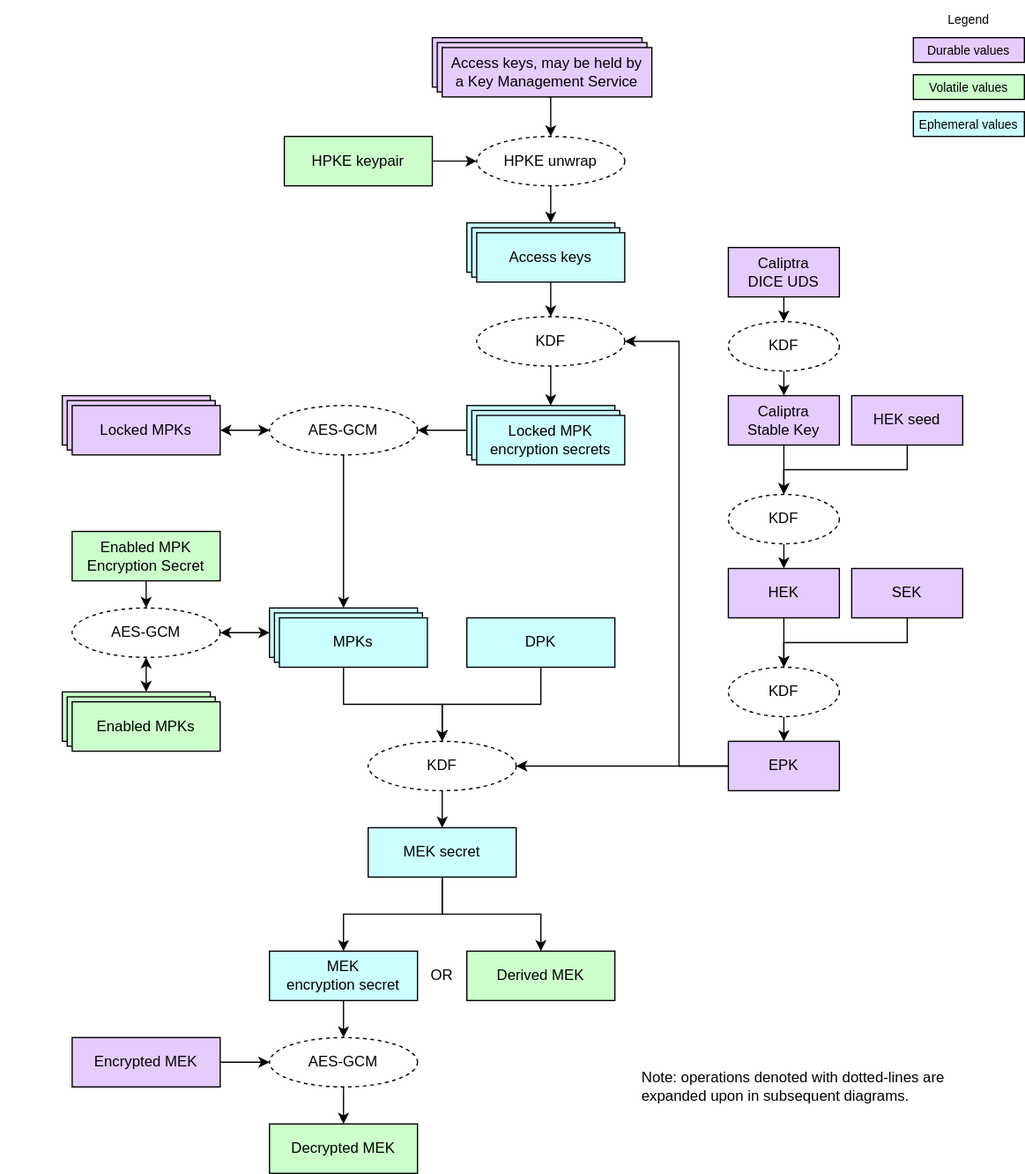
chipsalliance/Caliptra keeps this draw.io diagram as doc/ocp_lock/diagrams/key_hierarchy.drawio.svg. Above is the earlier version. Source tidied: cells renumbered, new cells last; positions are measured from the earlier drawing's top-left corner, leaving out a move shared by most shapes.
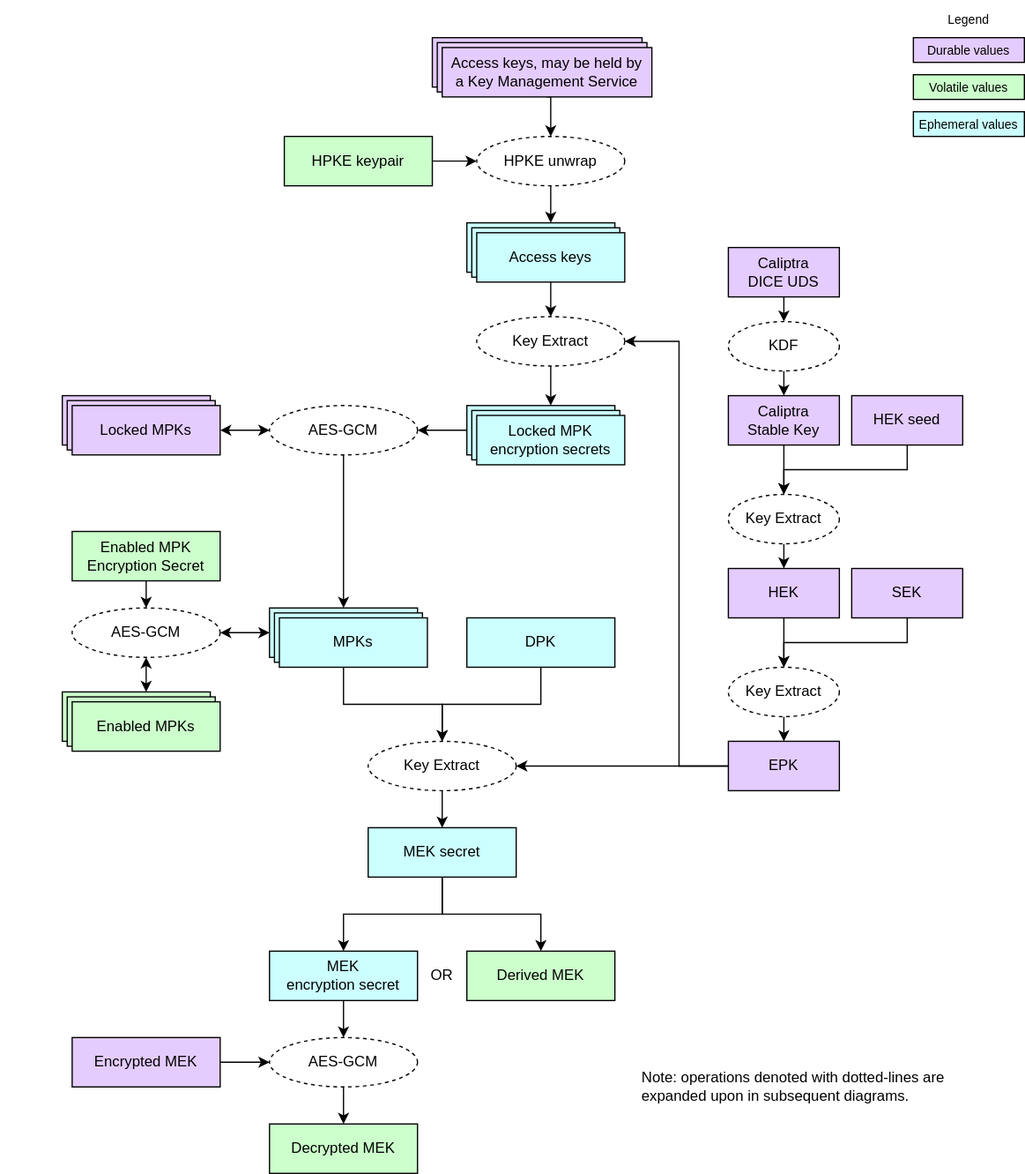
Above is the later version.

Change to the diagram source:
```diff
@@ -26,7 +26,7 @@
     <mxCell id="9" value="&lt;div&gt;&lt;font color=&quot;#000000&quot;&gt;Access keys&lt;/font&gt;&lt;/div&gt;" style="rounded=0;whiteSpace=wrap;html=1;align=center;verticalAlign=middle;shadow=0;glass=0;spacingLeft=0;spacingBottom=0;spacingTop=0;fillColor=#CCFFFF;" parent="1" vertex="1">
       <mxGeometry x="378" y="180" width="120" height="40" as="geometry" />
     </mxCell>
-    <mxCell id="10" value="KDF" style="ellipse;whiteSpace=wrap;html=1;fillColor=#FFFFFF;dashed=1;" parent="1" vertex="1">
+    <mxCell id="10" value="Key Extract" style="ellipse;whiteSpace=wrap;html=1;fillColor=#FFFFFF;dashed=1;" parent="1" vertex="1">
       <mxGeometry x="386" y="256" width="120" height="40" as="geometry" />
     </mxCell>
     <mxCell id="11" style="edgeStyle=none;html=1;exitX=0.5;exitY=1;exitDx=0;exitDy=0;entryX=0.5;entryY=0;entryDx=0;entryDy=0;" parent="1" edge="1" source="12" target="24">
@@ -91,7 +91,7 @@
     <mxCell id="28" style="edgeStyle=none;html=1;exitX=0.5;exitY=1;exitDx=0;exitDy=0;entryX=0.5;entryY=0;entryDx=0;entryDy=0;" parent="1" edge="1" source="29" target="68">
       <mxGeometry relative="1" as="geometry" />
     </mxCell>
-    <mxCell id="29" value="KDF" style="ellipse;whiteSpace=wrap;html=1;fillColor=#FFFFFF;dashed=1;" parent="1" vertex="1">
+    <mxCell id="29" value="&lt;span style=&quot;color: rgb(0, 0, 0);&quot;&gt;Key Extract&lt;/span&gt;" style="ellipse;whiteSpace=wrap;html=1;fillColor=#FFFFFF;dashed=1;" parent="1" vertex="1">
       <mxGeometry x="298" y="600" width="120" height="40" as="geometry" />
     </mxCell>
     <mxCell id="30" style="edgeStyle=orthogonalEdgeStyle;html=1;exitX=0.5;exitY=1;exitDx=0;exitDy=0;entryX=0.5;entryY=0;entryDx=0;entryDy=0;rounded=0;" parent="1" edge="1" source="31" target="29">
@@ -209,7 +209,7 @@
     <mxCell id="64" style="edgeStyle=none;html=1;exitX=0.5;exitY=1;exitDx=0;exitDy=0;entryX=0.5;entryY=0;entryDx=0;entryDy=0;" parent="1" edge="1" source="65" target="63">
       <mxGeometry relative="1" as="geometry" />
     </mxCell>
-    <mxCell id="65" value="KDF" style="ellipse;whiteSpace=wrap;html=1;fillColor=#FFFFFF;dashed=1;" parent="1" vertex="1">
+    <mxCell id="65" value="&lt;span style=&quot;color: rgb(0, 0, 0);&quot;&gt;Key Extract&lt;/span&gt;" style="ellipse;whiteSpace=wrap;html=1;fillColor=#FFFFFF;dashed=1;" parent="1" vertex="1">
       <mxGeometry x="590" y="540" width="90" height="40" as="geometry" />
     </mxCell>
     <mxCell id="66" style="edgeStyle=orthogonalEdgeStyle;html=1;exitX=0.5;exitY=1;exitDx=0;exitDy=0;entryX=0.5;entryY=0;entryDx=0;entryDy=0;rounded=0;" parent="1" edge="1" source="68" target="32">
@@ -236,7 +236,7 @@
     <mxCell id="73" style="edgeStyle=none;html=1;exitX=0.5;exitY=1;exitDx=0;exitDy=0;entryX=0.5;entryY=0;entryDx=0;entryDy=0;" parent="1" edge="1" source="74" target="45">
       <mxGeometry relative="1" as="geometry" />
     </mxCell>
-    <mxCell id="74" value="KDF" style="ellipse;whiteSpace=wrap;html=1;fillColor=#FFFFFF;dashed=1;" parent="1" vertex="1">
+    <mxCell id="74" value="&lt;span style=&quot;color: rgb(0, 0, 0);&quot;&gt;Key Extract&lt;/span&gt;" style="ellipse;whiteSpace=wrap;html=1;fillColor=#FFFFFF;dashed=1;" parent="1" vertex="1">
       <mxGeometry x="590" y="400" width="90" height="40" as="geometry" />
     </mxCell>
     <mxCell id="75" style="edgeStyle=orthogonalEdgeStyle;html=1;exitX=0.5;exitY=1;exitDx=0;exitDy=0;entryX=0.5;entryY=0;entryDx=0;entryDy=0;rounded=0;" parent="1" edge="1" source="76" target="78">
```
